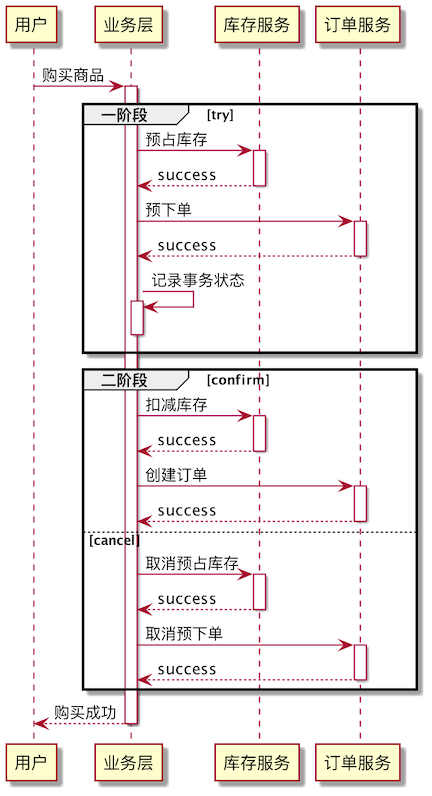
Earlier version of the PlantUML export assets/sketch/例子-tcc.png (wangshangming/wangshangming.github.io). Its source is kept beside it as assets/sketch/例子-tcc.puml. Source of this version:
```plantuml
@startuml
autoactivate on

用户 -> 业务层: 购买商品

group 一阶段 [try]
    业务层 -> 库存服务: 预占库存
    return success
    业务层 -> 订单服务: 预下单
    return success
    业务层 -> 业务层 ++-- : 记录事务状态
end

group 二阶段 [confirm]
    业务层 -> 库存服务: 扣减库存
    return success
    业务层 -> 订单服务: 创建订单
    return success

else cancel
    业务层 -> 库存服务: 取消预占库存
    return success
    业务层 -> 订单服务: 取消预下单
    return success
end

return 购买成功

@enduml
```
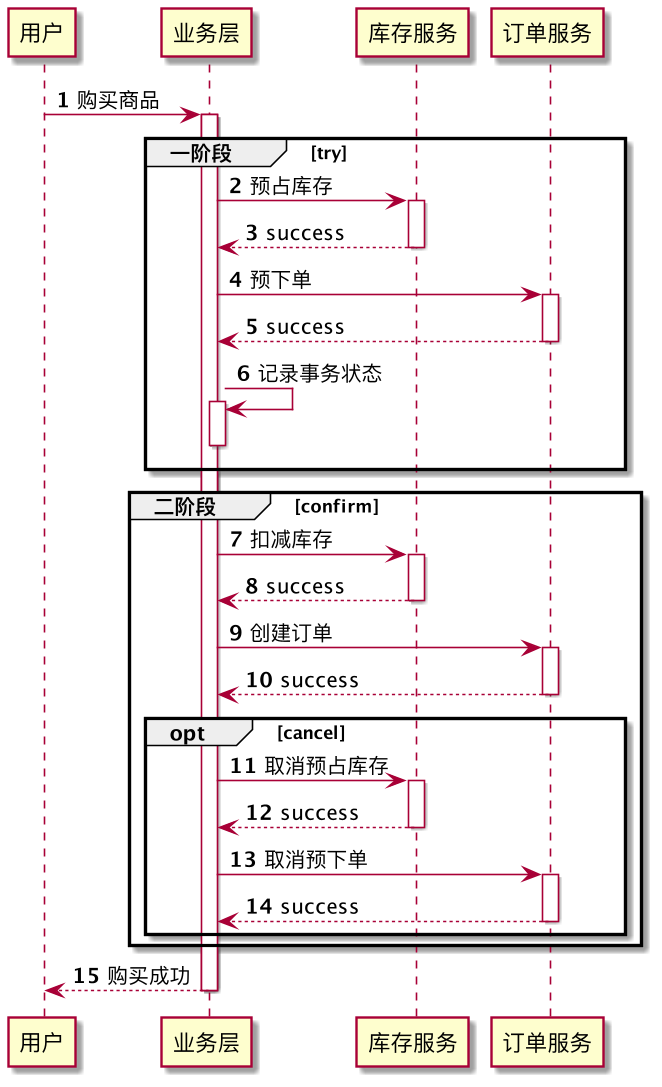
Later version of the same file.

Diff of the diagram source:
```diff
@@ -1,5 +1,6 @@
 @startuml
 autoactivate on
+autonumber
 
 用户 -> 业务层: 购买商品
 
@@ -17,11 +18,12 @@
     业务层 -> 订单服务: 创建订单
     return success
 
-else cancel
-    业务层 -> 库存服务: 取消预占库存
-    return success
-    业务层 -> 订单服务: 取消预下单
-    return success
+    opt cancel
+        业务层 -> 库存服务: 取消预占库存
+        return success
+        业务层 -> 订单服务: 取消预下单
+        return success
+    end
 end
 
 return 购买成功
```
